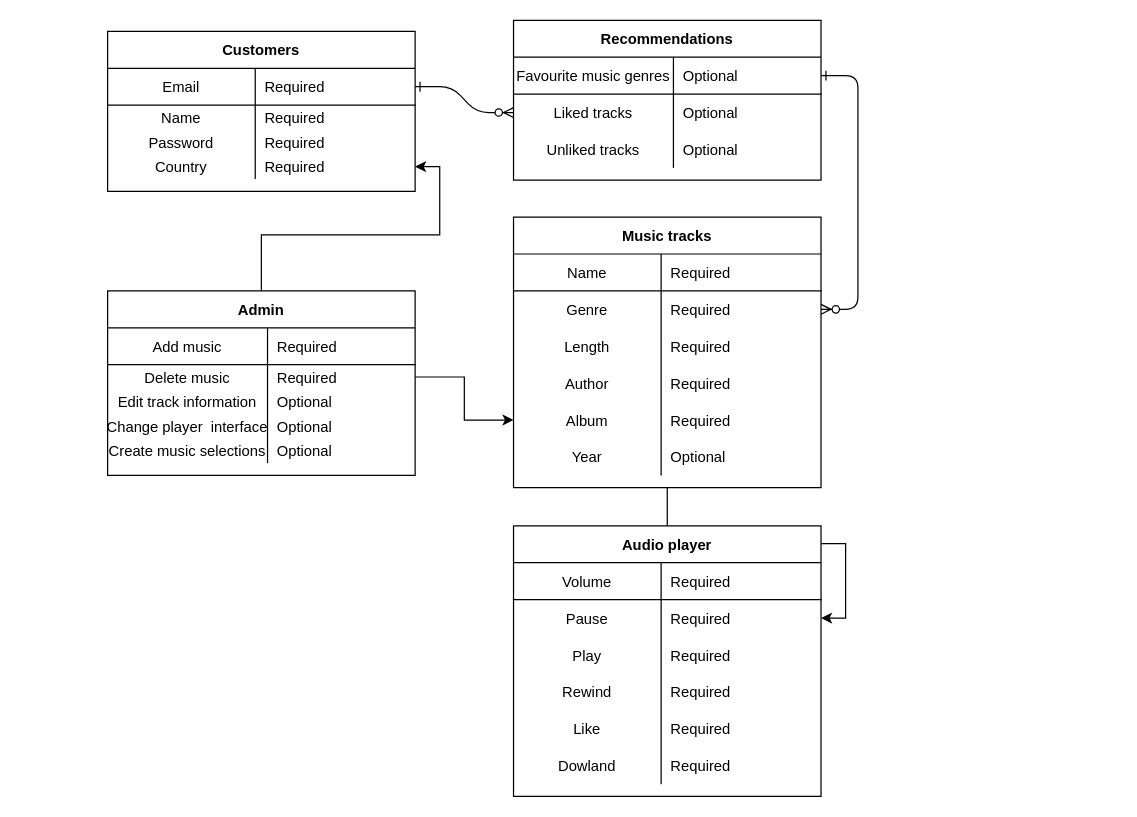
Before: CP-2/Диаграмма без названия.drawio in Kameleva/mysite, a draw.io diagram. Source tidied: cells renumbered, new cells numbered last; positions are measured from the earlier drawing's top-left corner, leaving out a move shared by most shapes. Both pictures are drawn from the tidied source at 123%, with x=0, y=0 at pixel (107, 20).
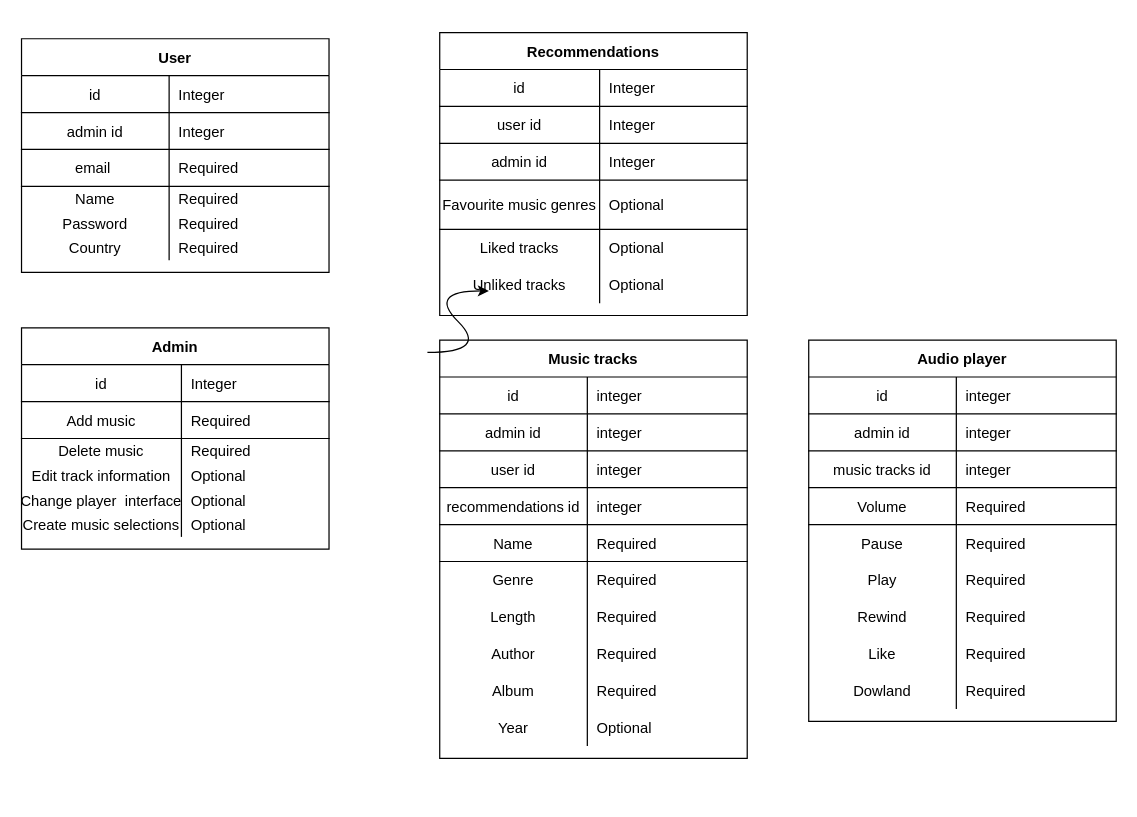
The same page after the edit.

The change refers to these unchanged cells:
```xml
<mxCell id="5" style="shape=partialRectangle;fillColor=none;points=[[0,0.5],[1,0.5]];portConstraint=eastwest;top=0;left=0;right=0;bottom=1;" parent="4" vertex="1">
  <mxGeometry y="30" width="250" height="30" as="geometry" />
</mxCell>
<mxCell id="16" style="shape=partialRectangle;fillColor=none;top=0;left=0;right=0;bottom=1;" parent="15" vertex="1">
  <mxGeometry y="30" width="250" height="30" as="geometry" />
</mxCell>
<mxCell id="35" style="shape=partialRectangle;fillColor=none;points=[[0,0.5],[1,0.5]];portConstraint=eastwest;top=0;left=0;right=0;bottom=1;" parent="34" vertex="1">
  <mxGeometry y="30" width="250" height="30" as="geometry" />
</mxCell>
<mxCell id="48" style="shape=partialRectangle;fillColor=none;top=0;left=0;right=0;bottom=1;" parent="47" vertex="1">
  <mxGeometry y="30" width="250" height="30" as="geometry" />
</mxCell>
<mxCell id="68" style="shape=partialRectangle;fillColor=none;top=0;left=0;right=0;bottom=1;" parent="67" vertex="1">
  <mxGeometry y="30" width="250" height="30" as="geometry" />
</mxCell>
```

Change to the diagram source:
```diff
@@
-    <mxCell id="2" style="edgeStyle=entityRelationEdgeStyle;endArrow=ERzeroToMany;startArrow=ERone;endFill=1;startFill=0;" parent="1" edge="1" source="35" target="8">
-      <mxGeometry relative="1" as="geometry" />
-    </mxCell>
-    <mxCell id="3" style="edgeStyle=entityRelationEdgeStyle;endArrow=ERzeroToMany;startArrow=ERone;endFill=1;startFill=0;" parent="1" edge="1" source="5" target="19">
-      <mxGeometry relative="1" as="geometry" />
-    </mxCell>
     <mxCell id="4" value="Recommendations" style="shape=table;startSize=30;childLayout=tableLayout;rowLines=0;fontStyle=1;align=center;" parent="1" vertex="1">
-      <mxGeometry x="330" width="250" height="130" as="geometry" />
+      <mxGeometry x="270" y="10" width="250" height="230" as="geometry" />
     </mxCell>
@@
-    <mxCell id="6" value="Favourite music genres" style="shape=partialRectangle;overflow=hidden;fillColor=none;top=0;left=0;bottom=0;right=0;fontStyle=0;" parent="5" vertex="1">
+    <mxCell id="6" value="id" style="shape=partialRectangle;overflow=hidden;fillColor=none;top=0;left=0;bottom=0;right=0;fontStyle=0;" parent="5" vertex="1">
       <mxGeometry width="130" height="30" as="geometry" />
     </mxCell>
-    <mxCell id="7" value="Optional" style="shape=partialRectangle;overflow=hidden;fillColor=none;top=0;left=0;bottom=0;right=0;align=left;spacingLeft=6;fontStyle=0;" parent="5" vertex="1">
+    <mxCell id="7" value="Integer" style="shape=partialRectangle;overflow=hidden;fillColor=none;top=0;left=0;bottom=0;right=0;align=left;spacingLeft=6;fontStyle=0;" parent="5" vertex="1">
       <mxGeometry x="130" width="120" height="30" as="geometry" />
     </mxCell>
+    <mxCell id="84" style="shape=partialRectangle;fillColor=none;top=0;left=0;right=0;bottom=1;" parent="4" vertex="1">
+      <mxGeometry y="60" width="250" height="30" as="geometry" />
+    </mxCell>
+    <mxCell id="85" value="user id" style="shape=partialRectangle;overflow=hidden;fillColor=none;top=0;left=0;bottom=0;right=0;fontStyle=0;" parent="84" vertex="1">
+      <mxGeometry width="130" height="30" as="geometry" />
+    </mxCell>
+    <mxCell id="86" value="Integer" style="shape=partialRectangle;overflow=hidden;fillColor=none;top=0;left=0;bottom=0;right=0;align=left;spacingLeft=6;fontStyle=0;" parent="84" vertex="1">
+      <mxGeometry x="130" width="120" height="30" as="geometry" />
+    </mxCell>
+    <mxCell id="87" style="shape=partialRectangle;fillColor=none;top=0;left=0;right=0;bottom=1;" parent="4" vertex="1">
+      <mxGeometry y="90" width="250" height="30" as="geometry" />
+    </mxCell>
+    <mxCell id="88" value="admin id" style="shape=partialRectangle;overflow=hidden;fillColor=none;top=0;left=0;bottom=0;right=0;fontStyle=0;" parent="87" vertex="1">
+      <mxGeometry width="130" height="30" as="geometry" />
+    </mxCell>
+    <mxCell id="89" value="Integer" style="shape=partialRectangle;overflow=hidden;fillColor=none;top=0;left=0;bottom=0;right=0;align=left;spacingLeft=6;fontStyle=0;" parent="87" vertex="1">
+      <mxGeometry x="130" width="120" height="30" as="geometry" />
+    </mxCell>
+    <mxCell id="90" style="shape=partialRectangle;fillColor=none;top=0;left=0;right=0;bottom=1;" parent="4" vertex="1">
+      <mxGeometry y="120" width="250" height="40" as="geometry" />
+    </mxCell>
+    <mxCell id="91" value="Favourite music genres" style="shape=partialRectangle;overflow=hidden;fillColor=none;top=0;left=0;bottom=0;right=0;fontStyle=0;" parent="90" vertex="1">
+      <mxGeometry width="130" height="40" as="geometry" />
+    </mxCell>
+    <mxCell id="92" value="Optional" style="shape=partialRectangle;overflow=hidden;fillColor=none;top=0;left=0;bottom=0;right=0;align=left;spacingLeft=6;fontStyle=0;" parent="90" vertex="1">
+      <mxGeometry x="130" width="120" height="40" as="geometry" />
+    </mxCell>
     <mxCell id="8" style="shape=partialRectangle;fillColor=none;points=[[0,0.5],[1,0.5]];portConstraint=eastwest;top=0;left=0;right=0;bottom=0;" parent="4" vertex="1">
-      <mxGeometry y="60" width="250" height="30" as="geometry" />
+      <mxGeometry y="160" width="250" height="30" as="geometry" />
     </mxCell>
@@
     <mxCell id="11" style="shape=partialRectangle;fillColor=none;top=0;left=0;right=0;bottom=0;" parent="4" vertex="1">
-      <mxGeometry y="90" width="250" height="30" as="geometry" />
+      <mxGeometry y="190" width="250" height="30" as="geometry" />
     </mxCell>
@@
-    <mxCell id="14" style="edgeStyle=orthogonalEdgeStyle;rounded=0;jettySize=auto;html=1;" parent="1" edge="1" source="15" target="51">
-      <mxGeometry relative="1" as="geometry" />
-    </mxCell>
     <mxCell id="15" value="Music tracks" style="shape=table;startSize=30;childLayout=tableLayout;rowLines=0;fontStyle=1;align=center;" parent="1" vertex="1">
-      <mxGeometry x="330" y="160" width="250" height="220" as="geometry" />
+      <mxGeometry x="270" y="260" width="250" height="340" as="geometry" />
     </mxCell>
@@
-    <mxCell id="17" value="Name" style="shape=partialRectangle;overflow=hidden;fillColor=none;top=0;left=0;bottom=0;right=0;fontStyle=0;" parent="16" vertex="1">
+    <mxCell id="17" value="id" style="shape=partialRectangle;overflow=hidden;fillColor=none;top=0;left=0;bottom=0;right=0;fontStyle=0;" parent="16" vertex="1">
       <mxGeometry width="120" height="30" as="geometry" />
     </mxCell>
-    <mxCell id="18" value="Required" style="shape=partialRectangle;overflow=hidden;fillColor=none;top=0;left=0;bottom=0;right=0;align=left;spacingLeft=6;fontStyle=0;" parent="16" vertex="1">
+    <mxCell id="18" value="integer" style="shape=partialRectangle;overflow=hidden;fillColor=none;top=0;left=0;bottom=0;right=0;align=left;spacingLeft=6;fontStyle=0;" parent="16" vertex="1">
       <mxGeometry x="120" width="130" height="30" as="geometry" />
     </mxCell>
+    <mxCell id="93" style="shape=partialRectangle;fillColor=none;top=0;left=0;right=0;bottom=1;" parent="15" vertex="1">
+      <mxGeometry y="60" width="250" height="30" as="geometry" />
+    </mxCell>
+    <mxCell id="94" value="admin id" style="shape=partialRectangle;overflow=hidden;fillColor=none;top=0;left=0;bottom=0;right=0;fontStyle=0;" parent="93" vertex="1">
+      <mxGeometry width="120" height="30" as="geometry" />
+    </mxCell>
+    <mxCell id="95" value="integer" style="shape=partialRectangle;overflow=hidden;fillColor=none;top=0;left=0;bottom=0;right=0;align=left;spacingLeft=6;fontStyle=0;" parent="93" vertex="1">
+      <mxGeometry x="120" width="130" height="30" as="geometry" />
+    </mxCell>
+    <mxCell id="96" style="shape=partialRectangle;fillColor=none;top=0;left=0;right=0;bottom=1;" parent="15" vertex="1">
+      <mxGeometry y="90" width="250" height="30" as="geometry" />
+    </mxCell>
+    <mxCell id="97" value="user id" style="shape=partialRectangle;overflow=hidden;fillColor=none;top=0;left=0;bottom=0;right=0;fontStyle=0;" parent="96" vertex="1">
+      <mxGeometry width="120" height="30" as="geometry" />
+    </mxCell>
+    <mxCell id="98" value="integer" style="shape=partialRectangle;overflow=hidden;fillColor=none;top=0;left=0;bottom=0;right=0;align=left;spacingLeft=6;fontStyle=0;" parent="96" vertex="1">
+      <mxGeometry x="120" width="130" height="30" as="geometry" />
+    </mxCell>
+    <mxCell id="99" style="shape=partialRectangle;fillColor=none;top=0;left=0;right=0;bottom=1;" parent="15" vertex="1">
+      <mxGeometry y="120" width="250" height="30" as="geometry" />
+    </mxCell>
+    <mxCell id="100" value="recommendations id" style="shape=partialRectangle;overflow=hidden;fillColor=none;top=0;left=0;bottom=0;right=0;fontStyle=0;" parent="99" vertex="1">
+      <mxGeometry width="120" height="30" as="geometry" />
+    </mxCell>
+    <mxCell id="101" value="integer" style="shape=partialRectangle;overflow=hidden;fillColor=none;top=0;left=0;bottom=0;right=0;align=left;spacingLeft=6;fontStyle=0;" parent="99" vertex="1">
+      <mxGeometry x="120" width="130" height="30" as="geometry" />
+    </mxCell>
+    <mxCell id="102" style="shape=partialRectangle;fillColor=none;top=0;left=0;right=0;bottom=1;" parent="15" vertex="1">
+      <mxGeometry y="150" width="250" height="30" as="geometry" />
+    </mxCell>
+    <mxCell id="103" value="Name" style="shape=partialRectangle;overflow=hidden;fillColor=none;top=0;left=0;bottom=0;right=0;fontStyle=0;" parent="102" vertex="1">
+      <mxGeometry width="120" height="30" as="geometry" />
+    </mxCell>
+    <mxCell id="104" value="Required" style="shape=partialRectangle;overflow=hidden;fillColor=none;top=0;left=0;bottom=0;right=0;align=left;spacingLeft=6;fontStyle=0;" parent="102" vertex="1">
+      <mxGeometry x="120" width="130" height="30" as="geometry" />
+    </mxCell>
     <mxCell id="19" style="shape=partialRectangle;fillColor=none;points=[[0,0.5],[1,0.5]];portConstraint=eastwest;top=0;left=0;right=0;bottom=0;" parent="15" vertex="1">
-      <mxGeometry y="60" width="250" height="30" as="geometry" />
+      <mxGeometry y="180" width="250" height="30" as="geometry" />
     </mxCell>
@@
     <mxCell id="22" style="shape=partialRectangle;fillColor=none;top=0;left=0;right=0;bottom=0;" parent="15" vertex="1">
-      <mxGeometry y="90" width="250" height="30" as="geometry" />
+      <mxGeometry y="210" width="250" height="30" as="geometry" />
     </mxCell>
@@
     <mxCell id="25" style="shape=partialRectangle;fillColor=none;top=0;left=0;right=0;bottom=0;" parent="15" vertex="1">
-      <mxGeometry y="120" width="250" height="30" as="geometry" />
+      <mxGeometry y="240" width="250" height="30" as="geometry" />
     </mxCell>
@@
     <mxCell id="28" style="shape=partialRectangle;fillColor=none;points=[[0,0.5],[1,0.5]];portConstraint=eastwest;top=0;left=0;right=0;bottom=0;" parent="15" vertex="1">
-      <mxGeometry y="150" width="250" height="30" as="geometry" />
+      <mxGeometry y="270" width="250" height="30" as="geometry" />
     </mxCell>
@@
     <mxCell id="31" style="shape=partialRectangle;fillColor=none;top=0;left=0;right=0;bottom=0;" parent="15" vertex="1">
-      <mxGeometry y="180" width="250" height="30" as="geometry" />
+      <mxGeometry y="300" width="250" height="30" as="geometry" />
     </mxCell>
@@
-    <mxCell id="34" value="Customers" style="shape=table;startSize=30;childLayout=tableLayout;rowLines=0;fontStyle=1;align=center;" parent="1" vertex="1">
-      <mxGeometry y="9" width="250" height="130" as="geometry" />
+    <mxCell id="34" value="User" style="shape=table;startSize=30;childLayout=tableLayout;rowLines=0;fontStyle=1;align=center;" parent="1" vertex="1">
+      <mxGeometry x="-70" y="15" width="250" height="190" as="geometry" />
     </mxCell>
@@
-    <mxCell id="36" value="Email" style="shape=partialRectangle;overflow=hidden;fillColor=none;top=0;left=0;bottom=0;right=0;fontStyle=0;" parent="35" vertex="1">
+    <mxCell id="36" value="id" style="shape=partialRectangle;overflow=hidden;fillColor=none;top=0;left=0;bottom=0;right=0;fontStyle=0;" parent="35" vertex="1">
       <mxGeometry width="120" height="30" as="geometry" />
     </mxCell>
-    <mxCell id="37" value="Required" style="shape=partialRectangle;overflow=hidden;fillColor=none;top=0;left=0;bottom=0;right=0;align=left;spacingLeft=6;fontStyle=0;" parent="35" vertex="1">
+    <mxCell id="37" value="Integer" style="shape=partialRectangle;overflow=hidden;fillColor=none;top=0;left=0;bottom=0;right=0;align=left;spacingLeft=6;fontStyle=0;" parent="35" vertex="1">
       <mxGeometry x="120" width="130" height="30" as="geometry" />
     </mxCell>
+    <mxCell id="105" style="shape=partialRectangle;fillColor=none;top=0;left=0;right=0;bottom=1;" parent="34" vertex="1">
+      <mxGeometry y="60" width="250" height="30" as="geometry" />
+    </mxCell>
+    <mxCell id="106" value="admin id" style="shape=partialRectangle;overflow=hidden;fillColor=none;top=0;left=0;bottom=0;right=0;fontStyle=0;" parent="105" vertex="1">
+      <mxGeometry width="120" height="30" as="geometry" />
+    </mxCell>
+    <mxCell id="107" value="Integer" style="shape=partialRectangle;overflow=hidden;fillColor=none;top=0;left=0;bottom=0;right=0;align=left;spacingLeft=6;fontStyle=0;" parent="105" vertex="1">
+      <mxGeometry x="120" width="130" height="30" as="geometry" />
+    </mxCell>
+    <mxCell id="108" style="shape=partialRectangle;fillColor=none;top=0;left=0;right=0;bottom=1;" parent="34" vertex="1">
+      <mxGeometry y="90" width="250" height="30" as="geometry" />
+    </mxCell>
+    <mxCell id="109" value="email " style="shape=partialRectangle;overflow=hidden;fillColor=none;top=0;left=0;bottom=0;right=0;fontStyle=0;" parent="108" vertex="1">
+      <mxGeometry width="120" height="30" as="geometry" />
+    </mxCell>
+    <mxCell id="110" value="Required" style="shape=partialRectangle;overflow=hidden;fillColor=none;top=0;left=0;bottom=0;right=0;align=left;spacingLeft=6;fontStyle=0;" parent="108" vertex="1">
+      <mxGeometry x="120" width="130" height="30" as="geometry" />
+    </mxCell>
     <mxCell id="38" style="shape=partialRectangle;fillColor=none;top=0;left=0;right=0;bottom=0;" parent="34" vertex="1">
-      <mxGeometry y="60" width="250" height="20" as="geometry" />
+      <mxGeometry y="120" width="250" height="20" as="geometry" />
     </mxCell>
@@
     <mxCell id="41" style="shape=partialRectangle;fillColor=none;top=0;left=0;right=0;bottom=0;" parent="34" vertex="1">
-      <mxGeometry y="80" width="250" height="20" as="geometry" />
+      <mxGeometry y="140" width="250" height="20" as="geometry" />
     </mxCell>
@@
     <mxCell id="44" style="shape=partialRectangle;fillColor=none;points=[[0,0.5],[1,0.5]];portConstraint=eastwest;top=0;left=0;right=0;bottom=0;" parent="34" vertex="1">
-      <mxGeometry y="100" width="250" height="20" as="geometry" />
+      <mxGeometry y="160" width="250" height="20" as="geometry" />
     </mxCell>
@@
     <mxCell id="47" value="Audio player" style="shape=table;startSize=30;childLayout=tableLayout;rowLines=0;fontStyle=1;align=center;" parent="1" vertex="1">
-      <mxGeometry x="330" y="411" width="250" height="220" as="geometry" />
+      <mxGeometry x="570" y="260" width="250" height="310" as="geometry" />
     </mxCell>
@@
-    <mxCell id="49" value="Volume" style="shape=partialRectangle;overflow=hidden;fillColor=none;top=0;left=0;bottom=0;right=0;fontStyle=0;" parent="48" vertex="1">
+    <mxCell id="49" value="id" style="shape=partialRectangle;overflow=hidden;fillColor=none;top=0;left=0;bottom=0;right=0;fontStyle=0;" parent="48" vertex="1">
       <mxGeometry width="120" height="30" as="geometry" />
     </mxCell>
-    <mxCell id="50" value="Required" style="shape=partialRectangle;overflow=hidden;fillColor=none;top=0;left=0;bottom=0;right=0;align=left;spacingLeft=6;fontStyle=0;" parent="48" vertex="1">
+    <mxCell id="50" value="integer" style="shape=partialRectangle;overflow=hidden;fillColor=none;top=0;left=0;bottom=0;right=0;align=left;spacingLeft=6;fontStyle=0;" parent="48" vertex="1">
       <mxGeometry x="120" width="130" height="30" as="geometry" />
     </mxCell>
+    <mxCell id="111" style="shape=partialRectangle;fillColor=none;top=0;left=0;right=0;bottom=1;" parent="47" vertex="1">
+      <mxGeometry y="60" width="250" height="30" as="geometry" />
+    </mxCell>
+    <mxCell id="112" value="admin id" style="shape=partialRectangle;overflow=hidden;fillColor=none;top=0;left=0;bottom=0;right=0;fontStyle=0;" parent="111" vertex="1">
+      <mxGeometry width="120" height="30" as="geometry" />
+    </mxCell>
+    <mxCell id="113" value="integer" style="shape=partialRectangle;overflow=hidden;fillColor=none;top=0;left=0;bottom=0;right=0;align=left;spacingLeft=6;fontStyle=0;" parent="111" vertex="1">
+      <mxGeometry x="120" width="130" height="30" as="geometry" />
+    </mxCell>
+    <mxCell id="114" style="shape=partialRectangle;fillColor=none;top=0;left=0;right=0;bottom=1;" parent="47" vertex="1">
+      <mxGeometry y="90" width="250" height="30" as="geometry" />
+    </mxCell>
+    <mxCell id="115" value="music tracks id" style="shape=partialRectangle;overflow=hidden;fillColor=none;top=0;left=0;bottom=0;right=0;fontStyle=0;" parent="114" vertex="1">
+      <mxGeometry width="120" height="30" as="geometry" />
+    </mxCell>
+    <mxCell id="116" value="integer" style="shape=partialRectangle;overflow=hidden;fillColor=none;top=0;left=0;bottom=0;right=0;align=left;spacingLeft=6;fontStyle=0;" parent="114" vertex="1">
+      <mxGeometry x="120" width="130" height="30" as="geometry" />
+    </mxCell>
+    <mxCell id="117" style="shape=partialRectangle;fillColor=none;top=0;left=0;right=0;bottom=1;" parent="47" vertex="1">
+      <mxGeometry y="120" width="250" height="30" as="geometry" />
+    </mxCell>
+    <mxCell id="118" value="Volume" style="shape=partialRectangle;overflow=hidden;fillColor=none;top=0;left=0;bottom=0;right=0;fontStyle=0;" parent="117" vertex="1">
+      <mxGeometry width="120" height="30" as="geometry" />
+    </mxCell>
+    <mxCell id="119" value="Required" style="shape=partialRectangle;overflow=hidden;fillColor=none;top=0;left=0;bottom=0;right=0;align=left;spacingLeft=6;fontStyle=0;" parent="117" vertex="1">
+      <mxGeometry x="120" width="130" height="30" as="geometry" />
+    </mxCell>
     <mxCell id="51" style="shape=partialRectangle;fillColor=none;points=[[0,0.5],[1,0.5]];portConstraint=eastwest;top=0;left=0;right=0;bottom=0;" parent="47" vertex="1">
-      <mxGeometry y="60" width="250" height="30" as="geometry" />
+      <mxGeometry y="150" width="250" height="30" as="geometry" />
     </mxCell>
@@
     <mxCell id="54" style="shape=partialRectangle;fillColor=none;top=0;left=0;right=0;bottom=0;" parent="47" vertex="1">
-      <mxGeometry y="90" width="250" height="30" as="geometry" />
+      <mxGeometry y="180" width="250" height="30" as="geometry" />
     </mxCell>
@@
     <mxCell id="57" style="shape=partialRectangle;fillColor=none;top=0;left=0;right=0;bottom=0;" parent="47" vertex="1">
-      <mxGeometry y="120" width="250" height="30" as="geometry" />
+      <mxGeometry y="210" width="250" height="30" as="geometry" />
     </mxCell>
@@
     <mxCell id="60" style="shape=partialRectangle;fillColor=none;top=0;left=0;right=0;bottom=0;" parent="47" vertex="1">
-      <mxGeometry y="150" width="250" height="30" as="geometry" />
+      <mxGeometry y="240" width="250" height="30" as="geometry" />
     </mxCell>
@@
     <mxCell id="63" style="shape=partialRectangle;fillColor=none;top=0;left=0;right=0;bottom=0;" parent="47" vertex="1">
-      <mxGeometry y="180" width="250" height="30" as="geometry" />
+      <mxGeometry y="270" width="250" height="30" as="geometry" />
     </mxCell>
@@
-    <mxCell id="66" style="edgeStyle=orthogonalEdgeStyle;rounded=0;jettySize=auto;html=1;" parent="1" edge="1" source="67" target="44">
-      <mxGeometry relative="1" as="geometry" />
-    </mxCell>
     <mxCell id="67" value="Admin" style="shape=table;startSize=30;childLayout=tableLayout;rowLines=0;fontStyle=1;align=center;" parent="1" vertex="1">
-      <mxGeometry y="220" width="250" height="150" as="geometry" />
+      <mxGeometry x="-70" y="250" width="250" height="180" as="geometry" />
     </mxCell>
@@
-    <mxCell id="69" value="Add music" style="shape=partialRectangle;overflow=hidden;fillColor=none;top=0;left=0;bottom=0;right=0;fontStyle=0;" parent="68" vertex="1">
+    <mxCell id="69" value="id" style="shape=partialRectangle;overflow=hidden;fillColor=none;top=0;left=0;bottom=0;right=0;fontStyle=0;" parent="68" vertex="1">
       <mxGeometry width="130" height="30" as="geometry" />
     </mxCell>
-    <mxCell id="70" value="Required" style="shape=partialRectangle;overflow=hidden;fillColor=none;top=0;left=0;bottom=0;right=0;align=left;spacingLeft=6;fontStyle=0;" parent="68" vertex="1">
+    <mxCell id="70" value="Integer" style="shape=partialRectangle;overflow=hidden;fillColor=none;top=0;left=0;bottom=0;right=0;align=left;spacingLeft=6;fontStyle=0;" parent="68" vertex="1">
       <mxGeometry x="130" width="120" height="30" as="geometry" />
     </mxCell>
+    <mxCell id="120" style="shape=partialRectangle;fillColor=none;top=0;left=0;right=0;bottom=1;" parent="67" vertex="1">
+      <mxGeometry y="60" width="250" height="30" as="geometry" />
+    </mxCell>
+    <mxCell id="121" value="Add music" style="shape=partialRectangle;overflow=hidden;fillColor=none;top=0;left=0;bottom=0;right=0;fontStyle=0;" parent="120" vertex="1">
+      <mxGeometry width="130" height="30" as="geometry" />
+    </mxCell>
+    <mxCell id="122" value="Required" style="shape=partialRectangle;overflow=hidden;fillColor=none;top=0;left=0;bottom=0;right=0;align=left;spacingLeft=6;fontStyle=0;" parent="120" vertex="1">
+      <mxGeometry x="130" width="120" height="30" as="geometry" />
+    </mxCell>
     <mxCell id="71" style="shape=partialRectangle;fillColor=none;points=[[0,0.5],[1,0.5]];portConstraint=eastwest;top=0;left=0;right=0;bottom=0;" parent="67" vertex="1">
-      <mxGeometry y="60" width="250" height="20" as="geometry" />
+      <mxGeometry y="90" width="250" height="20" as="geometry" />
     </mxCell>
@@
     <mxCell id="74" style="shape=partialRectangle;fillColor=none;top=0;left=0;right=0;bottom=0;" parent="67" vertex="1">
-      <mxGeometry y="80" width="250" height="20" as="geometry" />
+      <mxGeometry y="110" width="250" height="20" as="geometry" />
     </mxCell>
@@
     <mxCell id="77" style="shape=partialRectangle;fillColor=none;top=0;left=0;right=0;bottom=0;" parent="67" vertex="1">
-      <mxGeometry y="100" width="250" height="20" as="geometry" />
+      <mxGeometry y="130" width="250" height="20" as="geometry" />
     </mxCell>
@@
     <mxCell id="80" style="shape=partialRectangle;fillColor=none;top=0;left=0;right=0;bottom=0;" parent="67" vertex="1">
-      <mxGeometry y="120" width="250" height="20" as="geometry" />
+      <mxGeometry y="150" width="250" height="20" as="geometry" />
     </mxCell>
@@
-    <mxCell id="83" style="edgeStyle=orthogonalEdgeStyle;rounded=0;jettySize=auto;html=1;" parent="1" edge="1" source="71" target="28">
-      <mxGeometry relative="1" as="geometry" />
-    </mxCell>
+    <mxCell id="123" style="curved=1;endArrow=classic;html=1;rounded=0;" parent="1" edge="1">
+      <mxGeometry relative="1" as="geometry">
+        <mxPoint x="260" y="270" as="sourcePoint" />
+        <mxPoint x="310" y="220" as="targetPoint" />
+        <Array as="points">
+          <mxPoint x="310" y="270" />
+          <mxPoint x="260" y="220" />
+        </Array>
+      </mxGeometry>
+    </mxCell>
```
